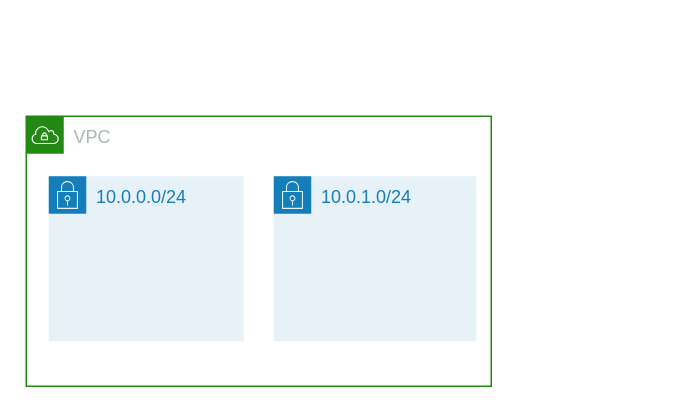
Earlier version of the draw.io diagram page "0" (1 of 5) of ressources/module_07.drawio (brice-jacquin/aws-lab). Source tidied: cells renumbered, new cells numbered last; positions are measured from the earlier drawing's top-left corner, leaving out a move shared by most shapes. Both pictures are drawn from the tidied source at 150%, with x=0, y=0 at pixel (26, 116).
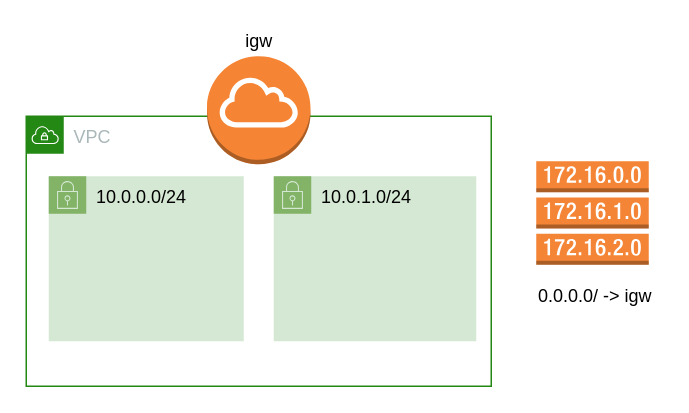
The same diagram, later.

Commit message (it also covers changes not shown here):
module07 : update schema prereq

The edit, as a diff of the source:
```diff
@@
 <mxGraphModel>
   <root>
     <mxCell id="0" />
     <mxCell id="1" parent="0" />
     <mxCell id="2" value="VPC" style="gradientColor=none;html=1;whiteSpace=wrap;fontSize=12;fontStyle=0;shape=mxgraph.aws4.group;grIcon=mxgraph.aws4.group_vpc;strokeColor=#248814;fillColor=none;verticalAlign=top;align=left;spacingLeft=30;fontColor=#AAB7B8;dashed=0;" parent="1" vertex="1">
       <mxGeometry width="310" height="180" as="geometry" />
     </mxCell>
-    <mxCell id="3" value="10.0.0.0/24" style="gradientColor=none;html=1;whiteSpace=wrap;fontSize=12;fontStyle=0;shape=mxgraph.aws4.group;grIcon=mxgraph.aws4.group_security_group;grStroke=0;strokeColor=#147EBA;fillColor=#E6F2F8;verticalAlign=top;align=left;spacingLeft=30;fontColor=#147EBA;dashed=0;" parent="1" vertex="1">
+    <mxCell id="3" value="10.0.0.0/24" style="html=1;whiteSpace=wrap;fontSize=12;fontStyle=0;shape=mxgraph.aws4.group;grIcon=mxgraph.aws4.group_security_group;grStroke=0;strokeColor=#82b366;fillColor=#d5e8d4;verticalAlign=top;align=left;spacingLeft=30;dashed=0;" parent="1" vertex="1">
       <mxGeometry x="15" y="40" width="130" height="110" as="geometry" />
     </mxCell>
-    <mxCell id="4" value="10.0.1.0/24" style="gradientColor=none;html=1;whiteSpace=wrap;fontSize=12;fontStyle=0;shape=mxgraph.aws4.group;grIcon=mxgraph.aws4.group_security_group;grStroke=0;strokeColor=#147EBA;fillColor=#E6F2F8;verticalAlign=top;align=left;spacingLeft=30;fontColor=#147EBA;dashed=0;" parent="1" vertex="1">
+    <mxCell id="4" value="10.0.1.0/24" style="html=1;whiteSpace=wrap;fontSize=12;fontStyle=0;shape=mxgraph.aws4.group;grIcon=mxgraph.aws4.group_security_group;grStroke=0;strokeColor=#82b366;fillColor=#d5e8d4;verticalAlign=top;align=left;spacingLeft=30;dashed=0;" parent="1" vertex="1">
       <mxGeometry x="165" y="40" width="135" height="110" as="geometry" />
     </mxCell>
+    <mxCell id="5" style="dashed=0;verticalLabelPosition=bottom;verticalAlign=top;align=center;html=1;shape=mxgraph.aws3.internet_gateway;fillColor=#F58534;gradientColor=none;" parent="1" vertex="1">
+      <mxGeometry x="120.5" y="-40" width="69" height="72" as="geometry" />
+    </mxCell>
+    <mxCell id="6" style="dashed=0;verticalLabelPosition=bottom;verticalAlign=top;align=center;html=1;shape=mxgraph.aws3.route_table;fillColor=#F58536;gradientColor=none;" parent="1" vertex="1">
+      <mxGeometry x="340" y="30" width="75" height="69" as="geometry" />
+    </mxCell>
+    <mxCell id="7" value="0.0.0.0/ -&amp;gt; igw" style="text;html=1;align=center;verticalAlign=middle;" parent="1" vertex="1">
+      <mxGeometry x="334" y="110" width="90" height="20" as="geometry" />
+    </mxCell>
+    <mxCell id="8" value="igw" style="text;html=1;align=center;verticalAlign=middle;" parent="1" vertex="1">
+      <mxGeometry x="140" y="-60" width="30" height="20" as="geometry" />
+    </mxCell>
   </root>
 </mxGraphModel>
```
